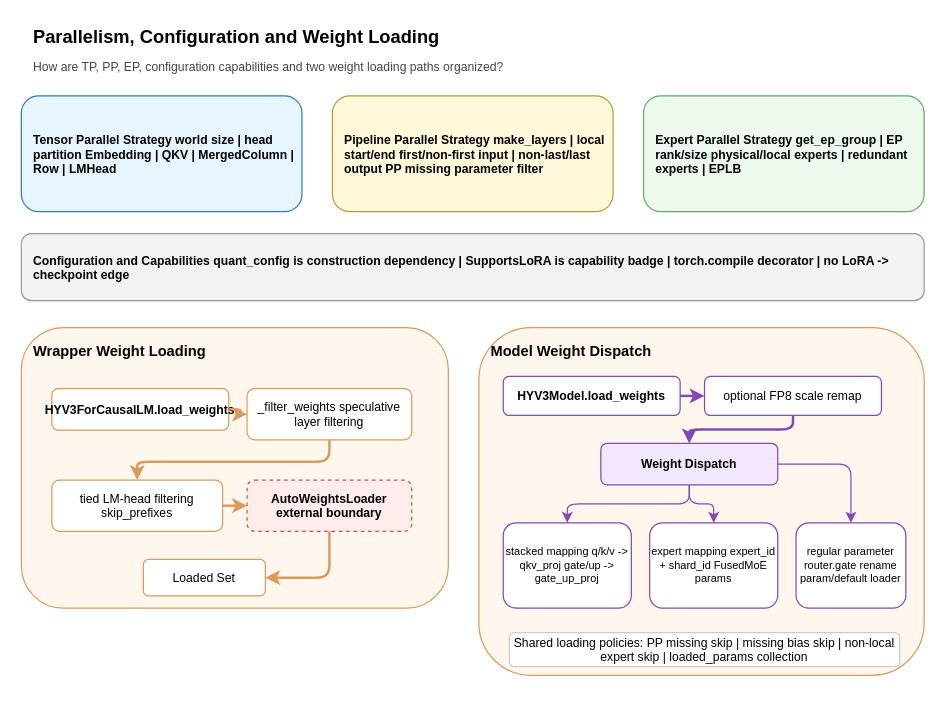
The draw.io diagram page "Parallelism, Configuration and Weight Loading" (4 of 4) of examples/hy_v3/architecture.drawio in junjiewang253-ctrl/vllm-architecture-agent, before the edit. Source tidied: cells renumbered, new cells numbered last; positions are measured from the earlier drawing's top-left corner, leaving out a move shared by most shapes. Both pictures are drawn from the tidied source at 122%, with x=0, y=0 at pixel (21, 21).
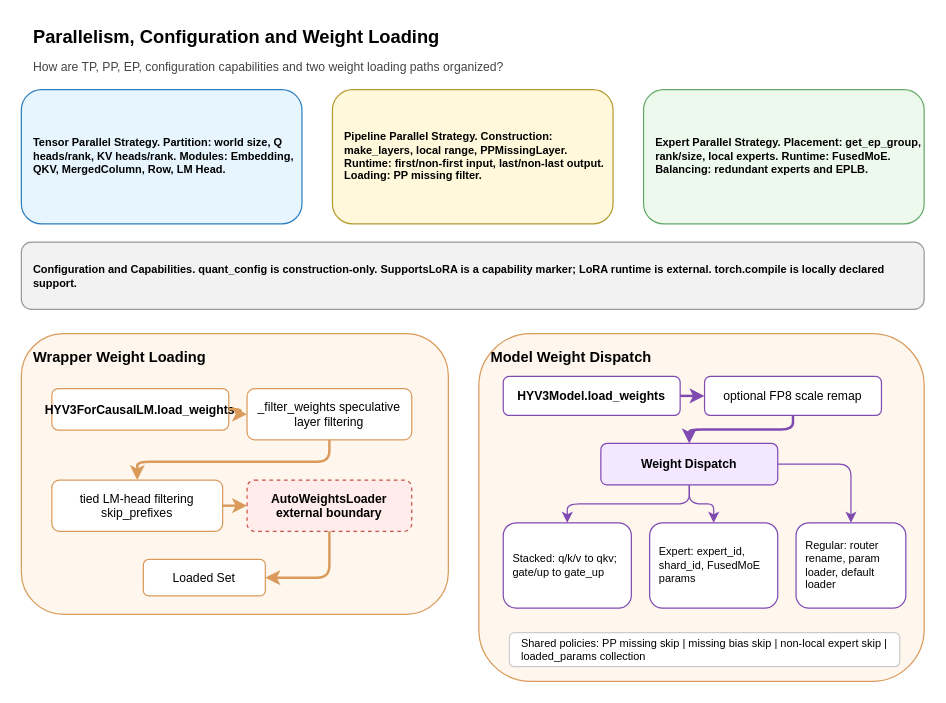
The same page after the edit.

Diff of the diagram source:
```diff
@@
-    <mxCell id="3" value="Tensor Parallel Strategy world size | head partition Embedding | QKV | MergedColumn | Row | LMHead" style="rounded=1;whiteSpace=wrap;fillColor=#e7f5ff;strokeColor=#2b7dbd;fontStyle=1;fontSize=10;align=left;spacingLeft=8;" parent="1" vertex="1">
-      <mxGeometry y="61" width="230" height="95" as="geometry" />
+    <mxCell id="3" value="Tensor Parallel Strategy. Partition: world size, Q heads/rank, KV heads/rank. Modules: Embedding, QKV, MergedColumn, Row, LM Head." style="rounded=1;whiteSpace=wrap;fillColor=#e7f5ff;strokeColor=#2b7dbd;fontStyle=1;fontSize=9;align=left;spacingLeft=8;" parent="1" vertex="1">
+      <mxGeometry y="56" width="230" height="110" as="geometry" />
     </mxCell>
-    <mxCell id="4" value="Pipeline Parallel Strategy make_layers | local start/end first/non-first input | non-last/last output PP missing parameter filter" style="rounded=1;whiteSpace=wrap;fillColor=#fff8db;strokeColor=#b59a2f;fontStyle=1;fontSize=10;align=left;spacingLeft=8;" parent="1" vertex="1">
-      <mxGeometry x="255" y="61" width="230" height="95" as="geometry" />
+    <mxCell id="4" value="Pipeline Parallel Strategy. Construction: make_layers, local range, PPMissingLayer. Runtime: first/non-first input, last/non-last output. Loading: PP missing filter." style="rounded=1;whiteSpace=wrap;fillColor=#fff8db;strokeColor=#b59a2f;fontStyle=1;fontSize=9;align=left;spacingLeft=8;" parent="1" vertex="1">
+      <mxGeometry x="255" y="56" width="230" height="110" as="geometry" />
     </mxCell>
-    <mxCell id="5" value="Expert Parallel Strategy get_ep_group | EP rank/size physical/local experts | redundant experts | EPLB" style="rounded=1;whiteSpace=wrap;fillColor=#eef9ee;strokeColor=#62a867;fontStyle=1;fontSize=10;align=left;spacingLeft=8;" parent="1" vertex="1">
-      <mxGeometry x="510" y="61" width="230" height="95" as="geometry" />
+    <mxCell id="5" value="Expert Parallel Strategy. Placement: get_ep_group, rank/size, local experts. Runtime: FusedMoE. Balancing: redundant experts and EPLB." style="rounded=1;whiteSpace=wrap;fillColor=#eef9ee;strokeColor=#62a867;fontStyle=1;fontSize=9;align=left;spacingLeft=8;" parent="1" vertex="1">
+      <mxGeometry x="510" y="56" width="230" height="110" as="geometry" />
     </mxCell>
-    <mxCell id="6" value="Configuration and Capabilities quant_config is construction dependency | SupportsLoRA is capability badge | torch.compile decorator | no LoRA -&gt; checkpoint edge" style="rounded=1;whiteSpace=wrap;fillColor=#f2f2f2;strokeColor=#999999;fontStyle=1;fontSize=10;align=left;spacingLeft=8;" parent="1" vertex="1">
-      <mxGeometry y="174" width="740" height="55" as="geometry" />
+    <mxCell id="6" value="Configuration and Capabilities. quant_config is construction-only. SupportsLoRA is a capability marker; LoRA runtime is external. torch.compile is locally declared support." style="rounded=1;whiteSpace=wrap;fillColor=#f2f2f2;strokeColor=#999999;fontStyle=1;fontSize=9;align=left;spacingLeft=8;" parent="1" vertex="1">
+      <mxGeometry y="181" width="740" height="55" as="geometry" />
     </mxCell>
     <mxCell id="7" value="Wrapper Weight Loading" style="rounded=1;whiteSpace=wrap;fillColor=#fff7ed;strokeColor=#d99a5b;fontStyle=1;fontSize=12;align=left;verticalAlign=top;spacingLeft=8;spacingTop=6;" parent="1" vertex="1">
-      <mxGeometry y="251" width="350" height="230" as="geometry" />
+      <mxGeometry y="256" width="350" height="230" as="geometry" />
     </mxCell>
     <mxCell id="8" value="Model Weight Dispatch" style="rounded=1;whiteSpace=wrap;fillColor=#fff7ed;strokeColor=#d99a5b;fontStyle=1;fontSize=12;align=left;verticalAlign=top;spacingLeft=8;spacingTop=6;" parent="1" vertex="1">
-      <mxGeometry x="375" y="251" width="365" height="285" as="geometry" />
+      <mxGeometry x="375" y="256" width="365" height="285" as="geometry" />
     </mxCell>
@@
-    <mxCell id="17" value="stacked mapping q/k/v -&gt; qkv_proj gate/up -&gt; gate_up_proj" style="rounded=1;whiteSpace=wrap;fillColor=#ffffff;strokeColor=#7f4bb2;fontSize=9;" parent="1" vertex="1">
+    <mxCell id="17" value="Stacked: q/k/v to qkv; gate/up to gate_up" style="rounded=1;whiteSpace=wrap;fillColor=#ffffff;strokeColor=#7f4bb2;fontSize=9;align=left;spacingLeft=6;" parent="1" vertex="1">
       <mxGeometry x="395" y="411" width="105" height="70" as="geometry" />
     </mxCell>
-    <mxCell id="18" value="expert mapping expert_id + shard_id FusedMoE params" style="rounded=1;whiteSpace=wrap;fillColor=#ffffff;strokeColor=#7f4bb2;fontSize=9;" parent="1" vertex="1">
+    <mxCell id="18" value="Expert: expert_id, shard_id, FusedMoE params" style="rounded=1;whiteSpace=wrap;fillColor=#ffffff;strokeColor=#7f4bb2;fontSize=9;align=left;spacingLeft=6;" parent="1" vertex="1">
       <mxGeometry x="515" y="411" width="105" height="70" as="geometry" />
     </mxCell>
-    <mxCell id="19" value="regular parameter router.gate rename param/default loader" style="rounded=1;whiteSpace=wrap;fillColor=#ffffff;strokeColor=#7f4bb2;fontSize=9;" parent="1" vertex="1">
+    <mxCell id="19" value="Regular: router rename, param loader, default loader" style="rounded=1;whiteSpace=wrap;fillColor=#ffffff;strokeColor=#7f4bb2;fontSize=9;align=left;spacingLeft=6;" parent="1" vertex="1">
       <mxGeometry x="635" y="411" width="90" height="70" as="geometry" />
     </mxCell>
-    <mxCell id="20" value="Shared loading policies: PP missing skip | missing bias skip | non-local expert skip | loaded_params collection" style="rounded=1;whiteSpace=wrap;fillColor=#ffffff;strokeColor=#cccccc;fontSize=10;" parent="1" vertex="1">
+    <mxCell id="20" value="Shared policies: PP missing skip | missing bias skip | non-local expert skip | loaded_params collection" style="rounded=1;whiteSpace=wrap;fillColor=#ffffff;strokeColor=#cccccc;fontSize=9;align=left;spacingLeft=8;" parent="1" vertex="1">
       <mxGeometry x="400" y="501" width="320" height="28" as="geometry" />
     </mxCell>
```
